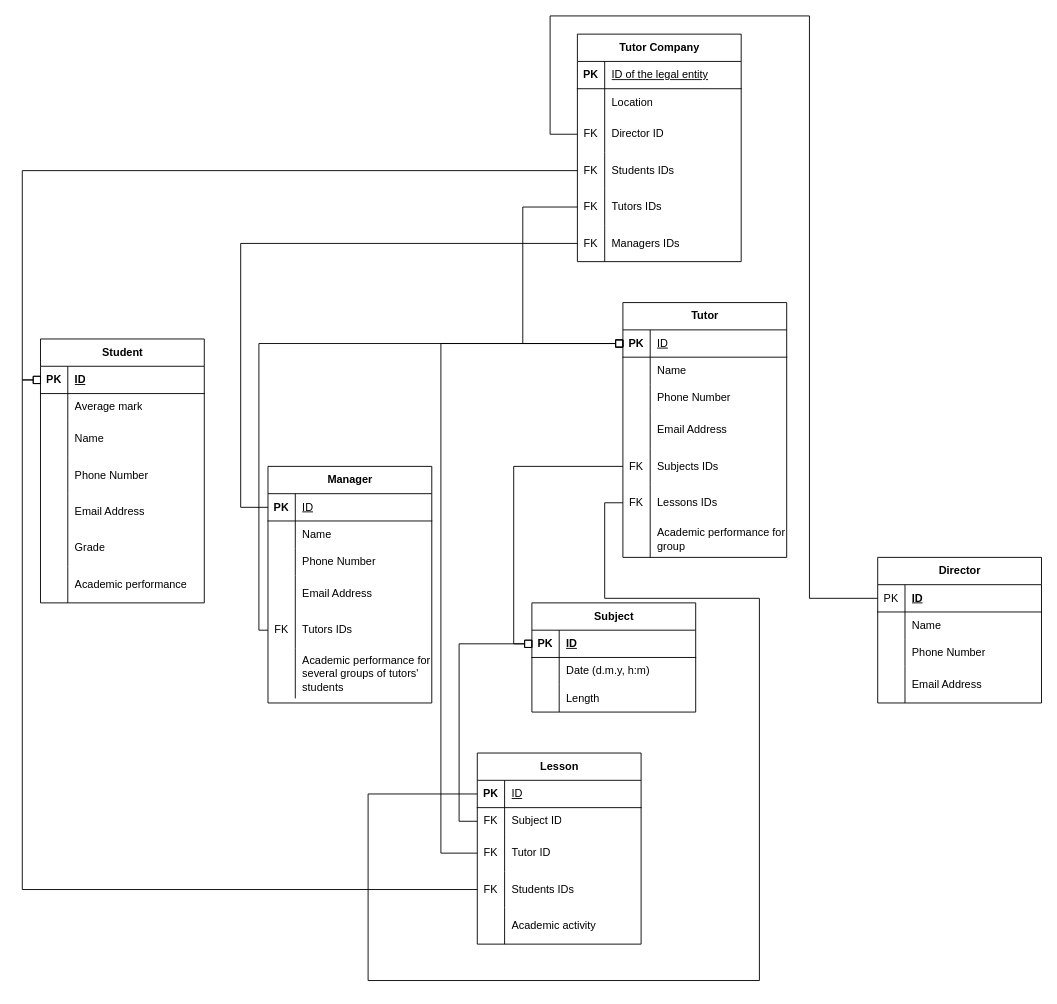
The draw.io diagram er_diagramm.drawio in H0p1ty/data_bases, before the edit. Source tidied: cells renumbered, new cells numbered last; positions are measured from the earlier drawing's top-left corner, leaving out a move shared by most shapes. Both pictures are drawn from the tidied source at 91%, with x=0, y=0 at pixel (22, 15).
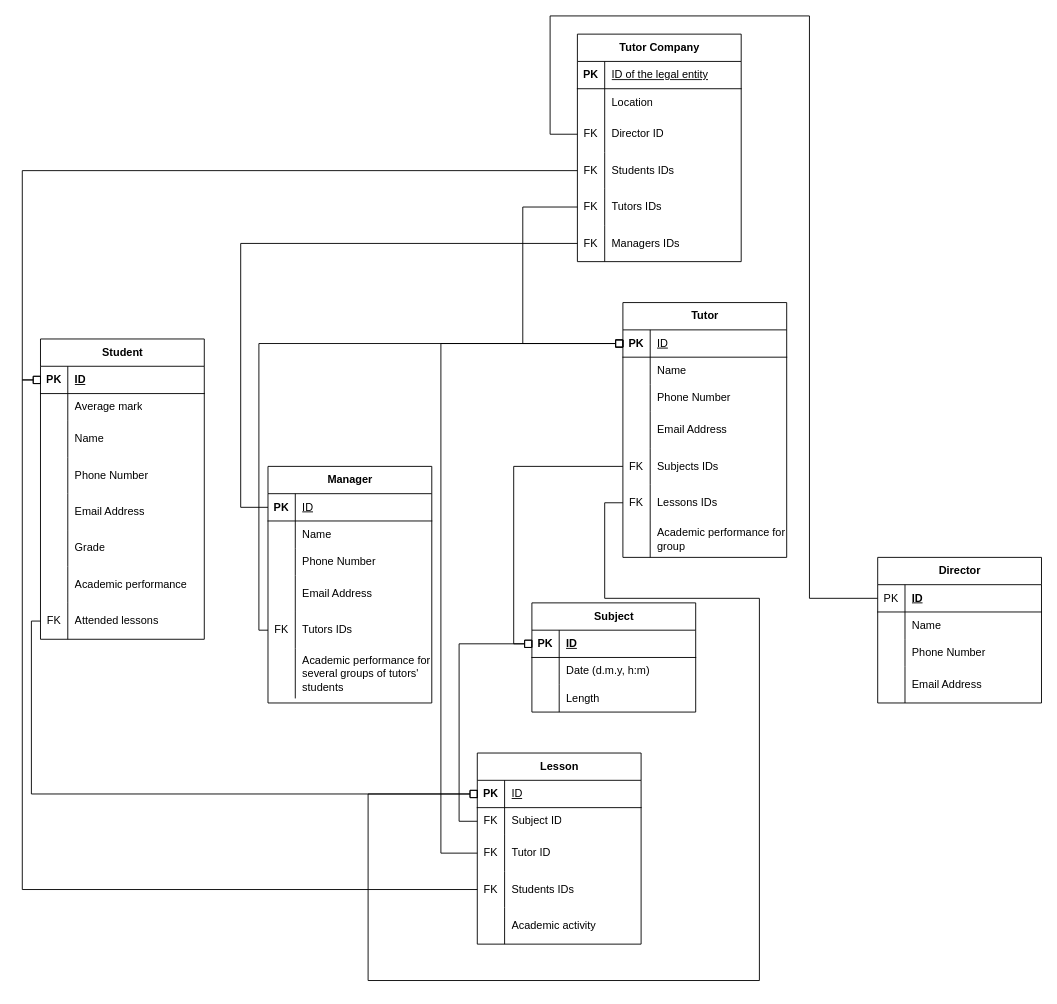
The same page after the edit.

The change refers to these unchanged cells:
```xml
<mxCell id="53" style="shape=tableRow;horizontal=0;startSize=0;swimlaneHead=0;swimlaneBody=0;fillColor=none;points=[[0,0.5],[1,0.5]];portConstraint=eastwest;top=0;left=0;right=0;bottom=0;" parent="37" vertex="1">
  <mxGeometry y="200" width="180" height="40" as="geometry" />
</mxCell>
<mxCell id="60" style="shape=tableRow;horizontal=0;startSize=0;swimlaneHead=0;swimlaneBody=0;fillColor=none;points=[[0,0.5],[1,0.5]];portConstraint=eastwest;top=0;left=0;right=0;bottom=1;" parent="59" vertex="1">
  <mxGeometry y="30" width="180" height="30" as="geometry" />
</mxCell>
```

Diff of the diagram source:
```diff
@@
     <mxCell id="75" value="Student" style="shape=table;startSize=30;childLayout=tableLayout;rowLines=0;fontStyle=1;align=center;html=1;" parent="1" vertex="1">
-      <mxGeometry x="20" y="355" width="180" height="290" as="geometry" />
+      <mxGeometry x="20" y="355" width="180" height="330" as="geometry" />
     </mxCell>
@@
+    <mxCell id="133" style="shape=tableRow;horizontal=0;startSize=0;swimlaneHead=0;swimlaneBody=0;fillColor=none;top=0;left=0;right=0;bottom=0;" parent="75" vertex="1">
+      <mxGeometry y="250" width="180" height="40" as="geometry" />
+    </mxCell>
+    <mxCell id="134" style="shape=partialRectangle;fillColor=none;top=0;left=0;bottom=0;right=0;overflow=hidden;whiteSpace=wrap;html=1;" parent="133" vertex="1">
+      <mxGeometry width="30" height="40" as="geometry" />
+    </mxCell>
+    <mxCell id="135" value="Academic performance" style="shape=partialRectangle;fillColor=none;top=0;left=0;bottom=0;right=0;align=left;spacingLeft=6;overflow=hidden;whiteSpace=wrap;html=1;" parent="133" vertex="1">
+      <mxGeometry x="30" width="150" height="40" as="geometry" />
+    </mxCell>
     <mxCell id="94" style="shape=tableRow;horizontal=0;startSize=0;swimlaneHead=0;swimlaneBody=0;fillColor=none;points=[[0,0.5],[1,0.5]];portConstraint=eastwest;top=0;left=0;right=0;bottom=0;" parent="75" vertex="1">
-      <mxGeometry y="250" width="180" height="40" as="geometry" />
+      <mxGeometry y="290" width="180" height="40" as="geometry" />
     </mxCell>
-    <mxCell id="95" style="shape=partialRectangle;fillColor=none;top=0;left=0;bottom=0;right=0;overflow=hidden;whiteSpace=wrap;html=1;" parent="94" vertex="1">
+    <mxCell id="95" value="FK" style="shape=partialRectangle;fillColor=none;top=0;left=0;bottom=0;right=0;overflow=hidden;whiteSpace=wrap;html=1;" parent="94" vertex="1">
       <mxGeometry width="30" height="40" as="geometry" />
     </mxCell>
-    <mxCell id="96" value="Academic performance" style="shape=partialRectangle;fillColor=none;top=0;left=0;bottom=0;right=0;align=left;spacingLeft=6;overflow=hidden;whiteSpace=wrap;html=1;" parent="94" vertex="1">
+    <mxCell id="96" value="Attended lessons" style="shape=partialRectangle;fillColor=none;top=0;left=0;bottom=0;right=0;align=left;spacingLeft=6;overflow=hidden;whiteSpace=wrap;html=1;" parent="94" vertex="1">
       <mxGeometry x="30" width="150" height="40" as="geometry" />
     </mxCell>
@@
-    <mxCell id="132" style="edgeStyle=orthogonalEdgeStyle;rounded=0;jettySize=auto;html=1;exitX=0;exitY=0.5;exitDx=0;exitDy=0;entryX=0;entryY=0.5;entryDx=0;entryDy=0;endArrow=none;endFill=0;startArrow=none;startFill=0;" parent="1" edge="1" source="60" target="53">
+    <mxCell id="132" style="edgeStyle=orthogonalEdgeStyle;rounded=0;jettySize=auto;html=1;exitX=0;exitY=0.5;exitDx=0;exitDy=0;entryX=0;entryY=0.5;entryDx=0;entryDy=0;endArrow=none;endFill=0;startArrow=box;startFill=0;" parent="1" edge="1" source="60" target="53">
       <mxGeometry relative="1" as="geometry">
         <Array as="points">
           <mxPoint x="380" y="855" />
           <mxPoint x="380" y="1060" />
           <mxPoint x="810" y="1060" />
           <mxPoint x="810" y="640" />
           <mxPoint x="640" y="640" />
           <mxPoint x="640" y="535" />
         </Array>
       </mxGeometry>
     </mxCell>
+    <mxCell id="136" style="edgeStyle=orthogonalEdgeStyle;rounded=0;jettySize=auto;html=1;entryX=0;entryY=0.5;entryDx=0;entryDy=0;startArrow=box;startFill=0;endArrow=none;endFill=0;" parent="1" edge="1" source="60" target="94">
+      <mxGeometry relative="1" as="geometry">
+        <Array as="points">
+          <mxPoint x="10" y="855" />
+          <mxPoint x="10" y="665" />
+        </Array>
+      </mxGeometry>
+    </mxCell>
```
